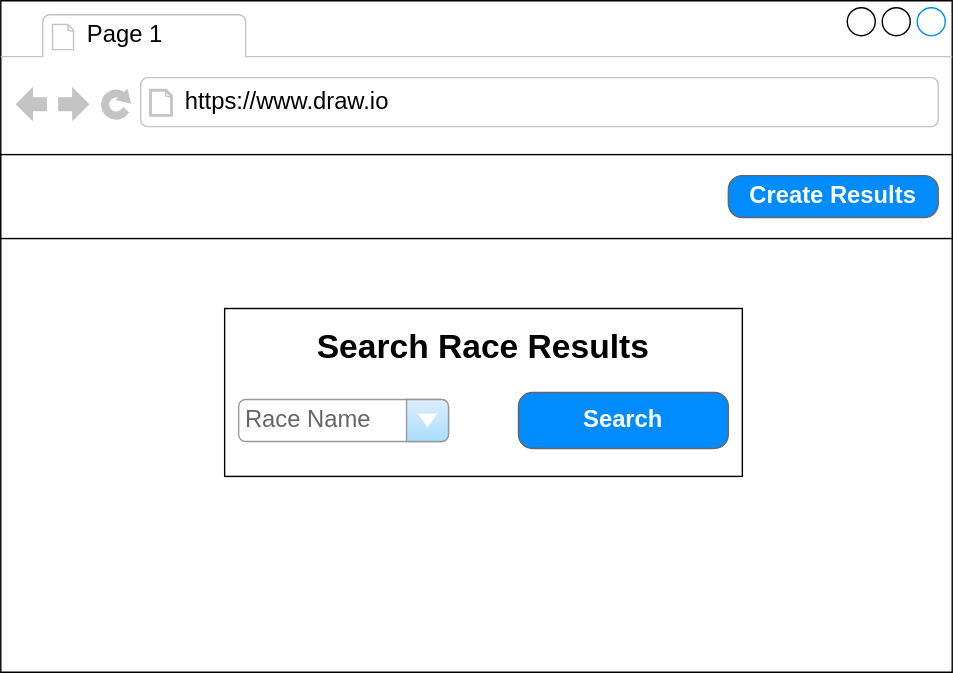
Earlier version of the draw.io export mockups/home.svg (msherwood21/learn-react). Source tidied: cells renumbered, new cells last; positions are measured from the earlier drawing's top-left corner, leaving out a move shared by most shapes.
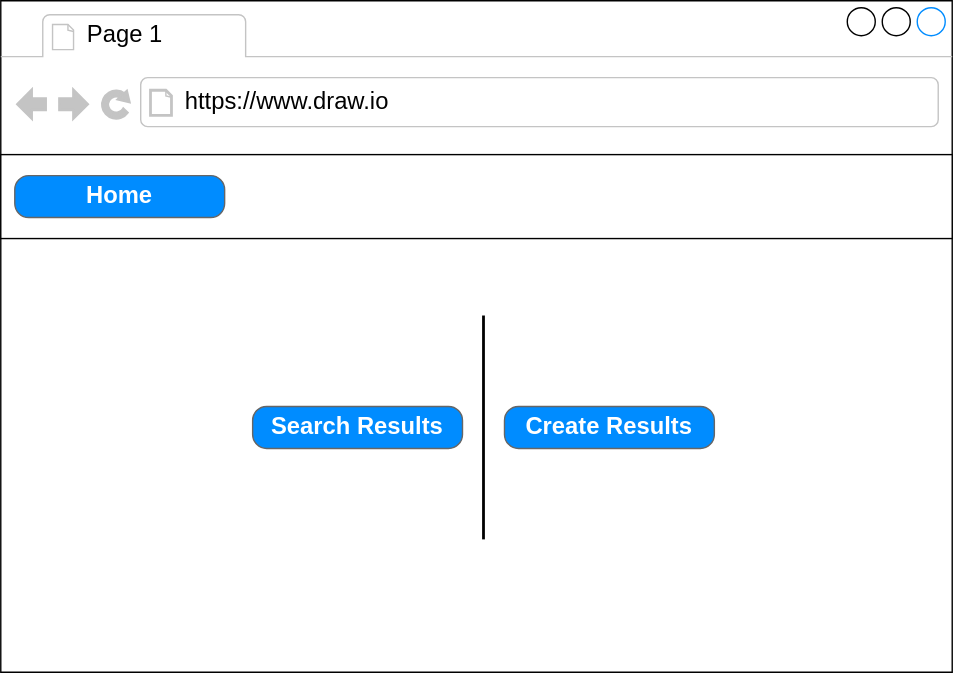
The same diagram one commit later.

What changed in the source:
```diff
@@ -1,10 +1,13 @@
 <mxGraphModel>
   <root>
-    <mxCell id="0" />
-    <mxCell id="1" parent="0" />
+    <mxCell id="11" />
+    <mxCell id="12" parent="11" />
-    <mxCell id="2" style="strokeWidth=1;shadow=0;dashed=0;align=center;html=1;shape=mxgraph.mockup.containers.browserWindow;rSize=0;strokeColor2=#008cff;strokeColor3=#c4c4c4;mainText=,;rounded=0;sketch=0;" parent="1" vertex="1">
+    <mxCell id="2" style="strokeWidth=1;shadow=0;dashed=0;align=center;html=1;shape=mxgraph.mockup.containers.browserWindow;rSize=0;strokeColor2=#008cff;strokeColor3=#c4c4c4;mainText=,;rounded=0;sketch=0;" parent="12" vertex="1">
       <mxGeometry width="680" height="480" as="geometry" />
     </mxCell>
+    <mxCell id="13" value="&lt;div&gt;Search Results&lt;/div&gt;" style="strokeWidth=1;shadow=0;dashed=0;align=center;html=1;shape=mxgraph.mockup.buttons.button;strokeColor=#666666;fontColor=#ffffff;mainText=;buttonStyle=round;fontSize=17;fontStyle=1;fillColor=#008cff;whiteSpace=wrap;rounded=0;sketch=0;" parent="2" vertex="1">
+      <mxGeometry x="180" y="290" width="150" height="30" as="geometry" />
+    </mxCell>
     <mxCell id="3" value="Page 1" style="strokeWidth=1;shadow=0;dashed=0;align=center;html=1;shape=mxgraph.mockup.containers.anchor;fontSize=17;align=left;rounded=0;sketch=0;" parent="2" vertex="1">
       <mxGeometry x="60" y="12" width="110" height="26" as="geometry" />
     </mxCell>
@@ -14,20 +17,17 @@
     <mxCell id="5" style="rounded=0;whiteSpace=wrap;html=1;sketch=0;" parent="2" vertex="1">
       <mxGeometry y="110" width="680" height="60" as="geometry" />
     </mxCell>
-    <mxCell id="6" style="rounded=0;whiteSpace=wrap;html=1;sketch=0;" parent="2" vertex="1">
-      <mxGeometry x="160" y="220" width="370" height="120" as="geometry" />
-    </mxCell>
-    <mxCell id="7" value="Race Name" style="strokeWidth=1;shadow=0;dashed=0;align=center;html=1;shape=mxgraph.mockup.forms.comboBox;strokeColor=#999999;fillColor=#ddeeff;align=left;fillColor2=#aaddff;mainText=;fontColor=#666666;fontSize=17;spacingLeft=3;rounded=0;sketch=0;" parent="2" vertex="1">
-      <mxGeometry x="170" y="285" width="150" height="30" as="geometry" />
-    </mxCell>
-    <mxCell id="8" value="Search" style="strokeWidth=1;shadow=0;dashed=0;align=center;html=1;shape=mxgraph.mockup.buttons.button;strokeColor=#666666;fontColor=#ffffff;mainText=;buttonStyle=round;fontSize=17;fontStyle=1;fillColor=#008cff;whiteSpace=wrap;rounded=0;sketch=0;" parent="2" vertex="1">
-      <mxGeometry x="370" y="280" width="150" height="40" as="geometry" />
-    </mxCell>
-    <mxCell id="9" value="&lt;font style=&quot;font-size: 24px&quot;&gt;&lt;b&gt;Search Race Results&lt;br&gt;&lt;/b&gt;&lt;/font&gt;" style="text;html=1;strokeColor=none;fillColor=none;spacing=5;spacingTop=-20;whiteSpace=wrap;overflow=hidden;rounded=0;sketch=0;align=center;verticalAlign=middle;" parent="2" vertex="1">
-      <mxGeometry x="205" y="230" width="280" height="55" as="geometry" />
-    </mxCell>
-    <mxCell id="10" value="Create Results" style="strokeWidth=1;shadow=0;dashed=0;align=center;html=1;shape=mxgraph.mockup.buttons.button;strokeColor=#666666;fontColor=#ffffff;mainText=;buttonStyle=round;fontSize=17;fontStyle=1;fillColor=#008cff;whiteSpace=wrap;rounded=0;sketch=0;" parent="2" vertex="1">
-      <mxGeometry x="520" y="125" width="150" height="30" as="geometry" />
-    </mxCell>
+    <mxCell id="14" value="Create Results" style="text;html=1;strokeColor=none;fillColor=none;align=center;verticalAlign=middle;whiteSpace=wrap;rounded=0;" parent="2" vertex="1">
+      <mxGeometry x="380" y="290" width="90" height="30" as="geometry" />
+    </mxCell>
+    <mxCell id="15" style="line;strokeWidth=2;direction=south;html=1;" parent="2" vertex="1">
+      <mxGeometry x="340" y="225" width="10" height="160" as="geometry" />
+    </mxCell>
+    <mxCell id="16" value="&lt;div&gt;Create Results&lt;/div&gt;" style="strokeWidth=1;shadow=0;dashed=0;align=center;html=1;shape=mxgraph.mockup.buttons.button;strokeColor=#666666;fontColor=#ffffff;mainText=;buttonStyle=round;fontSize=17;fontStyle=1;fillColor=#008cff;whiteSpace=wrap;rounded=0;sketch=0;" parent="2" vertex="1">
+      <mxGeometry x="360" y="290" width="150" height="30" as="geometry" />
+    </mxCell>
+    <mxCell id="17" value="&lt;div&gt;Home&lt;/div&gt;" style="strokeWidth=1;shadow=0;dashed=0;align=center;html=1;shape=mxgraph.mockup.buttons.button;strokeColor=#666666;fontColor=#ffffff;mainText=;buttonStyle=round;fontSize=17;fontStyle=1;fillColor=#008cff;whiteSpace=wrap;rounded=0;sketch=0;" parent="12" vertex="1">
+      <mxGeometry x="10" y="125" width="150" height="30" as="geometry" />
+    </mxCell>
   </root>
 </mxGraphModel>
```
